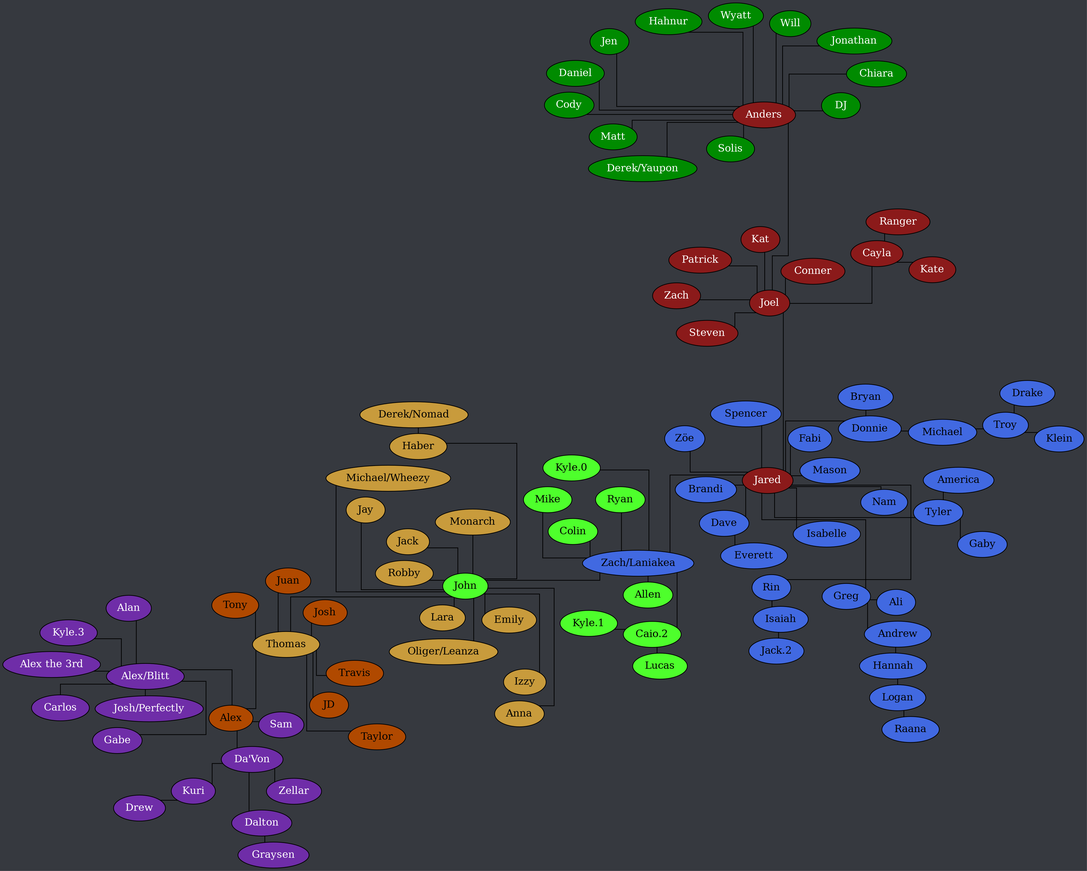
The Graphviz diagram tree.png in Documidas/CoronaCatzFamilyTree, before a commit. Its source is kept beside it as tree.dot. Source of this version:
```dot
strict graph {
	layout = neato;
	dpi = 200;
	epsilon = 0.01;
	mode = major;
	model = subset;
	overlap = false;
	splines = ortho;
	start = rand;

	graph [ truecolor=true bgcolor="#36393f" ];
	node [ style=filled fillcolor="gray" fontcolor="black" ];

	subgraph "Joel" {
		node [ style=filled fillcolor="firebrick4" fontcolor="white" ];

		Cayla -- Kate;
		Cayla -- Ranger;
		Joel -- Anders;
		Joel -- Cayla;
		Joel -- Conner;
		Joel -- Jared;
		Joel -- Kat;
		Joel -- Patrick;
		Joel -- Steven;
		Joel -- Zach;
	}

	subgraph "Anders" {
		node [ style=filled fillcolor="green4" fontcolor="white" ];

		Anders -- Chiara;
		Anders -- Cody;
		Anders -- Daniel;
		Anders -- "Derek/Yaupon";
		Anders -- DJ;
		Anders -- Hahnur;
		Anders -- Jen;
		Anders -- Jonathan;
		Anders -- Matt;
		Anders -- Solis;
		Anders -- Will;
		Anders -- Wyatt;
	}

	subgraph "Jared" {
		node [ style=filled fillcolor="royalblue" fontcolor="black" ];

		Andrew -- Hannah;
		Dave -- Everett;
		Donnie -- Bryan;
		Donnie -- Michael;
		Greg -- Ali;
		Greg -- Andrew;
		Hannah -- Logan;
		Isaiah -- "Jack.2";
		Jared -- Brandi;
		Jared -- Dave;
		Jared -- Donnie;
		Jared -- Fabi;
		Jared -- Greg;
		Jared -- Isabelle;
		Jared -- Mason;
		Jared -- Nam;
		Jared -- Rin;
		Jared -- Spencer;
		Jared -- Tyler;
		Jared -- "Zach/Laniakea";
		Jared -- "Zöe";
		Logan -- Raana;
		Michael -- Troy;
		Rin -- Isaiah;
		Tyler -- America;
		Tyler -- Gaby;
		Troy -- Drake;
		Troy -- Klein;
	}

	subgraph "Zach/Laniakea" {
		node [ style=filled fillcolor="#4eff2c" fontcolor="black" ];

		"Caio.2" -- "Kyle.1";
		"Caio.2" -- Lucas;
		"Zach/Laniakea" -- Allen;
		"Zach/Laniakea" -- "Caio.2";
		"Zach/Laniakea" -- Colin;
		"Zach/Laniakea" -- John;
		"Zach/Laniakea" -- "Kyle.0";
		"Zach/Laniakea" -- Mike;
		"Zach/Laniakea" -- Ryan;
	}

	subgraph "John" {
		node [ style=filled fillcolor="#c89b3c" fontcolor="black" ];

		Haber -- "Derek/Nomad";
		John -- Anna;
		John -- Emily;
		John -- Haber;
		John -- Jay;
		John -- Jack;
		John -- Lara;
		John -- Monarch;
		John -- "Oliger/Leanza";
		John -- Thomas;
	}

	subgraph "John-stream" {
		node [ style=filled fillcolor="#c89b3c" fontcolor="black" ];

		John -- Izzy;
		John -- "Michael/Wheezy";
		John -- Robby;
	}

	subgraph "Thomas" {
		node [ style=filled fillcolor="#b04900" fontcolor="black" ];

		Thomas -- Alex;
		Thomas -- JD;
		Thomas -- Josh;
		Thomas -- Juan;
		Thomas -- Taylor;
		Thomas -- Tony;
		Thomas -- Travis;
	}

	subgraph "Alex" {
		node [ style=filled fillcolor="#6f2da8" fontcolor="white" ];

		Alex -- "Alex/Blitt";
		Alex -- "Da'Von";
		Alex -- Sam;
		"Alex/Blitt" -- Alan;
		"Alex/Blitt" -- "Alex the 3rd";
		"Alex/Blitt" -- Carlos;
		"Alex/Blitt" -- Gabe;
		"Alex/Blitt" -- "Kyle.3";
		"Alex/Blitt" -- "Josh/Perfectly";
		"Da'Von" -- Dalton;
		"Da'Von" -- Kuri;
		"Da'Von" -- Zellar;
		Dalton -- Graysen;
		Kuri -- Drew;
	}
}
```
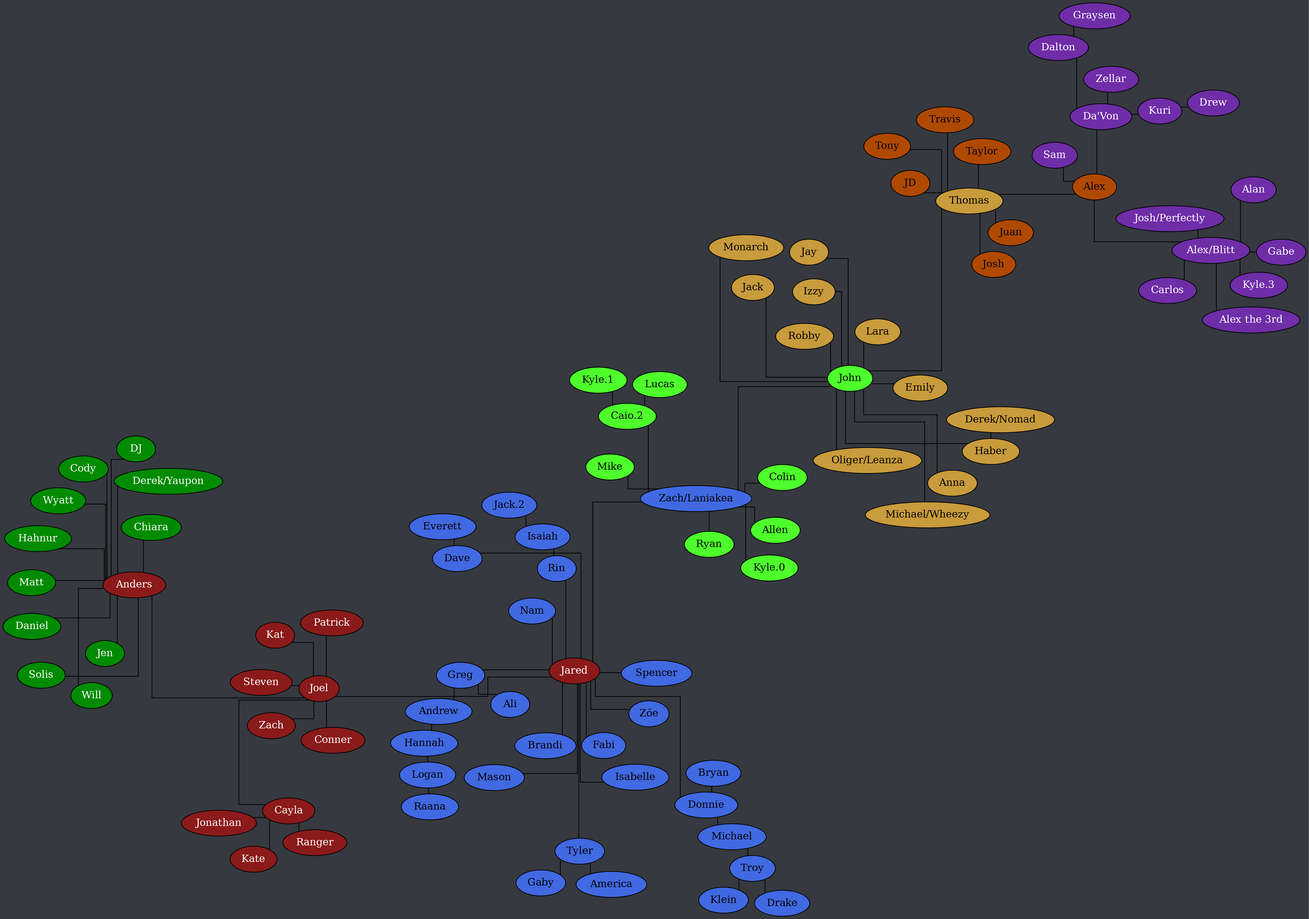
The same diagram one commit later.

What changed in the source:
```diff
@@ -14,6 +14,7 @@
 	subgraph "Joel" {
 		node [ style=filled fillcolor="firebrick4" fontcolor="white" ];
 
+		Cayla -- Jonathan;
 		Cayla -- Kate;
 		Cayla -- Ranger;
 		Joel -- Anders;
@@ -36,7 +37,6 @@
 		Anders -- DJ;
 		Anders -- Hahnur;
 		Anders -- Jen;
-		Anders -- Jonathan;
 		Anders -- Matt;
 		Anders -- Solis;
 		Anders -- Will;
```
